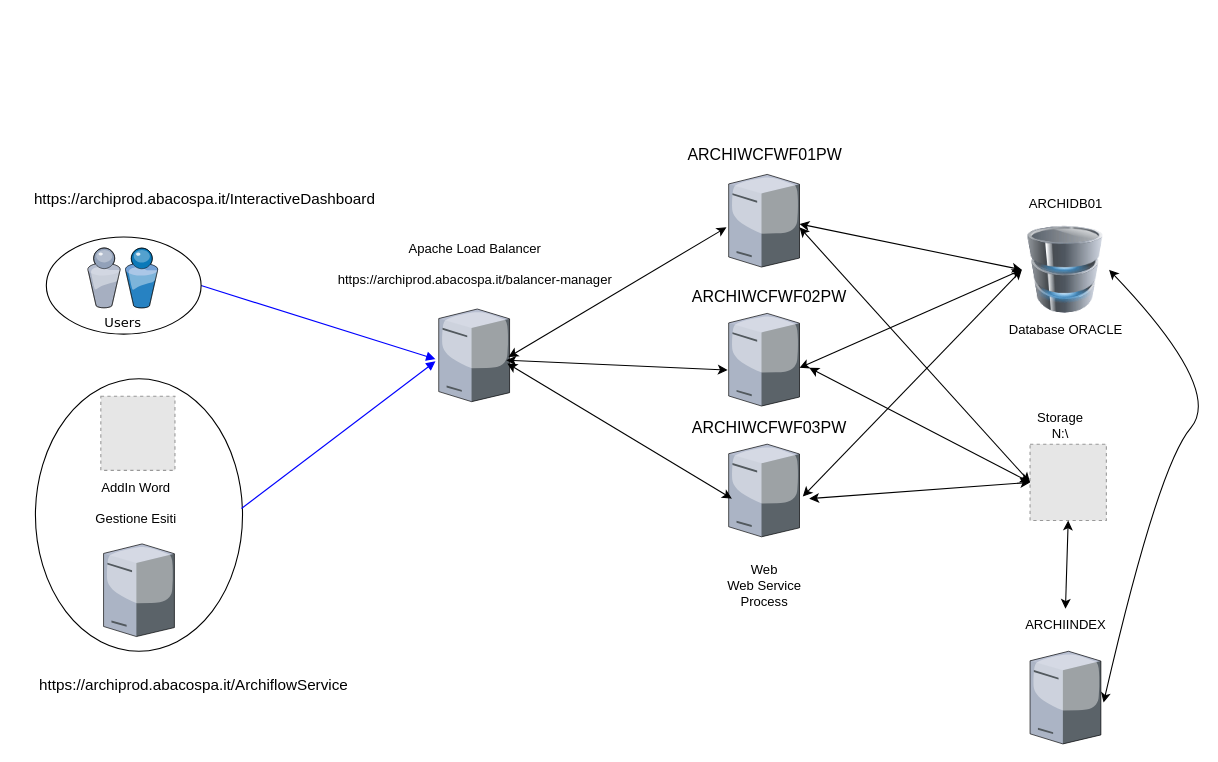
This is Archiflow Struttura.drawio from marcogarbujoabaco/drawio, a draw.io file, before an edit. Source tidied: cells renumbered, new cells numbered last; positions are measured from the earlier drawing's top-left corner, leaving out a move shared by most shapes. Both pictures are drawn from the tidied source at 109%, with x=0, y=0 at pixel (19, 138). Pictures stored in the file or linked from it are replaced by grey dashed boxes.
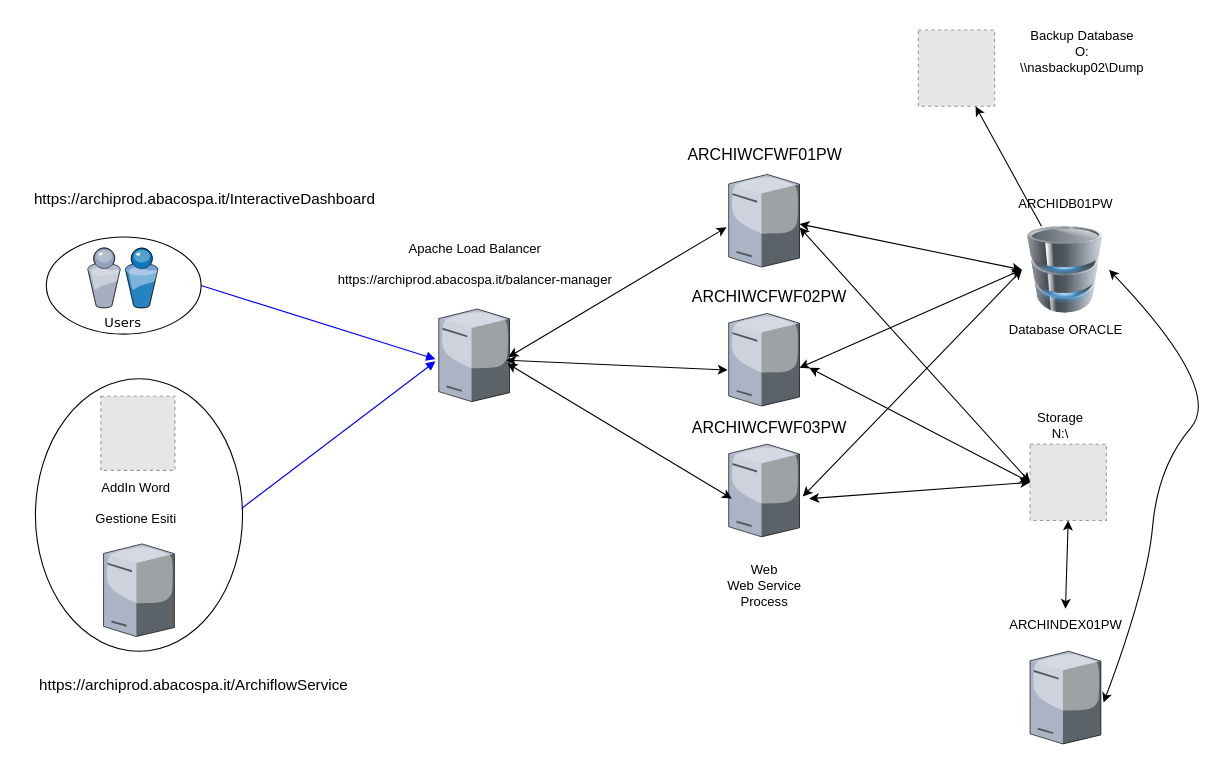
Above is the later version.

The change refers to these unchanged cells:
```xml
<mxCell id="26" style="image;html=1;image=img/lib/clip_art/computers/Database_128x128.png;" parent="1" vertex="1">
  <mxGeometry x="920" y="80" width="80" height="80" as="geometry" />
</mxCell>
<mxCell id="32" style="verticalLabelPosition=bottom;html=1;verticalAlign=top;strokeColor=none;shape=mxgraph.citrix.tower_server;rounded=0;shadow=0;comic=0;fontFamily=Verdana;" parent="1" vertex="1">
  <mxGeometry x="927.5" y="470" width="65" height="85" as="geometry" />
</mxCell>
```

What changed in the source:
```diff
@@
-    <mxCell id="27" value="ARCHIDB01" style="text;html=1;align=center;verticalAlign=middle;strokeColor=none;fillColor=none;" parent="1" vertex="1">
-      <mxGeometry x="915" y="45" width="90" height="30" as="geometry" />
+    <mxCell id="27" value="ARCHIDB01PW" style="text;html=1;align=center;verticalAlign=middle;strokeColor=none;fillColor=none;" parent="1" vertex="1">
+      <mxGeometry x="905" y="45" width="110" height="30" as="geometry" />
     </mxCell>
@@
-    <mxCell id="33" value="ARCHIINDEX" style="text;html=1;align=center;verticalAlign=middle;points=[];strokeColor=none;fillColor=none;" parent="1" vertex="1">
-      <mxGeometry x="910" y="431" width="100" height="30" as="geometry" />
+    <mxCell id="33" value="ARCHINDEX01PW" style="text;html=1;align=center;verticalAlign=middle;points=[];strokeColor=none;fillColor=none;" parent="1" vertex="1">
+      <mxGeometry x="895" y="431" width="130" height="30" as="geometry" />
     </mxCell>
     <mxCell id="34" style="curved=1;endArrow=classic;html=1;rounded=0;entryX=1;entryY=0.5;entryDx=0;entryDy=0;exitX=1.038;exitY=0.553;exitDx=0;exitDy=0;exitPerimeter=0;startArrow=classic;startFill=1;" parent="1" edge="1" source="32" target="26">
       <mxGeometry relative="1" as="geometry">
         <Array as="points">
+          <mxPoint x="1035" y="410" />
           <mxPoint x="1045" y="300" />
           <mxPoint x="1105" y="230" />
         </Array>
       </mxGeometry>
     </mxCell>
@@
+    <mxCell id="41" style="fillColor=#E6E6E6;strokeColor=#999999;dashed=1;html=1;verticalAlign=top;verticalLabelPosition=bottom;labelBackgroundColor=#ffffff;" parent="1" vertex="1">
+      <mxGeometry x="825" y="-100" width="70" height="70" as="geometry" />
+    </mxCell>
+    <mxCell id="42" value="Backup Database&lt;div&gt;O:&lt;/div&gt;&lt;div&gt;\\nasbackup02\Dump&lt;/div&gt;" style="text;html=1;align=center;verticalAlign=middle;strokeColor=none;fillColor=none;" parent="1" vertex="1">
+      <mxGeometry x="905" y="-110" width="140" height="60" as="geometry" />
+    </mxCell>
+    <mxCell id="43" style="endArrow=none;startArrow=classic;html=1;rounded=0;exitX=0.75;exitY=1;exitDx=0;exitDy=0;endFill=0;" parent="1" edge="1" source="41" target="26">
+      <mxGeometry relative="1" as="geometry" />
+    </mxCell>
```
